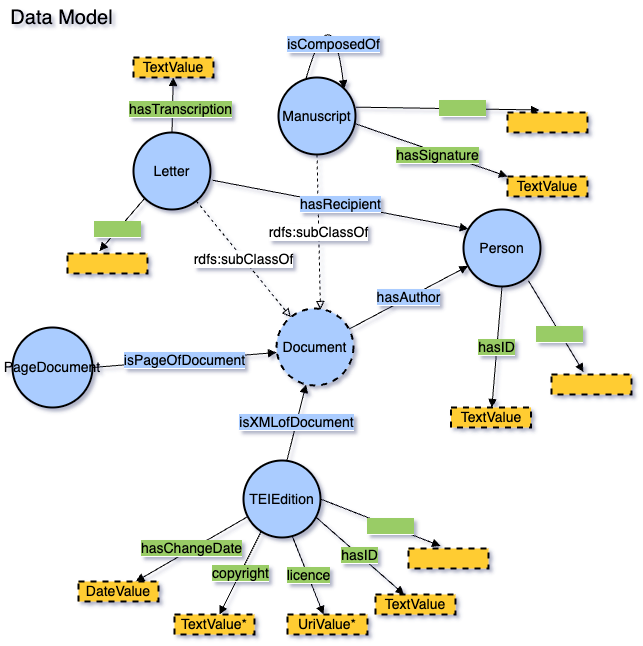
The draw.io diagram imagenes/dasch_datamodel_3.png in editio/presentations, before a commit. Source tidied: cells renumbered, new cells last; positions are measured from the earlier drawing's top-left corner, leaving out a move shared by most shapes. The source it was exported from:
```xml
<mxGraphModel shadow="1">
  <root>
    <mxCell id="0" />
    <mxCell id="1" value="3" parent="0" />
    <mxCell id="2" value="&lt;font style=&quot;font-size: 14px;&quot;&gt;Document&lt;/font&gt;" style="ellipse;whiteSpace=wrap;html=1;rounded=1;shadow=0;glass=0;comic=0;strokeColor=#000000;strokeWidth=2;fillColor=#acf;gradientColor=none;fontSize=14;fontColor=default;align=center;labelBackgroundColor=none;dashed=1;" parent="1" vertex="1">
      <mxGeometry x="275" y="319" width="77" height="77" as="geometry" />
    </mxCell>
    <mxCell id="3" value="Letter" style="ellipse;whiteSpace=wrap;html=1;rounded=1;shadow=0;glass=0;comic=0;strokeColor=#000000;strokeWidth=2;fillColor=#acf;gradientColor=none;fontSize=14;fontColor=default;align=center;" parent="1" vertex="1">
      <mxGeometry x="132" y="143" width="77" height="77" as="geometry" />
    </mxCell>
    <mxCell id="4" value="rdfs:subClassOf" style="endArrow=block;html=1;strokeColor=#000000;fontSize=14;fontColor=default;endFill=0;dashed=1;rounded=1;" parent="1" edge="1" source="3" target="2">
      <mxGeometry relative="1" as="geometry" />
    </mxCell>
    <mxCell id="5" value="&lt;font style=&quot;font-size: 14px;&quot;&gt;Manuscript&lt;/font&gt;" style="ellipse;whiteSpace=wrap;html=1;rounded=1;shadow=0;glass=0;comic=0;strokeColor=#000000;strokeWidth=2;fillColor=#acf;gradientColor=none;fontSize=14;fontColor=default;align=center;" parent="1" vertex="1">
      <mxGeometry x="277" y="88" width="77" height="77" as="geometry" />
    </mxCell>
    <mxCell id="6" value="rdfs:subClassOf" style="endArrow=block;html=1;strokeColor=#000000;fontSize=14;fontColor=default;endFill=0;dashed=1;rounded=1;exitX=0.5;exitY=1;exitDx=0;exitDy=0;entryX=0.571;entryY=0.013;entryDx=0;entryDy=0;entryPerimeter=0;" parent="1" edge="1" source="5" target="2">
      <mxGeometry relative="1" as="geometry" />
    </mxCell>
    <mxCell id="7" value="&lt;font style=&quot;font-size: 14px;&quot;&gt;TEIEdition&lt;/font&gt;" style="ellipse;whiteSpace=wrap;html=1;rounded=1;shadow=0;glass=0;comic=0;strokeColor=#000000;strokeWidth=2;fillColor=#acf;gradientColor=none;fontSize=14;fontColor=#000000;align=center;" parent="1" vertex="1">
      <mxGeometry x="242" y="471" width="77" height="77" as="geometry" />
    </mxCell>
    <mxCell id="8" value="&lt;span style=&quot;background-color: rgb(170, 204, 255); font-size: 14px;&quot;&gt;&lt;font style=&quot;font-size: 14px;&quot;&gt;isXMLofDocument&lt;br style=&quot;font-size: 14px;&quot;&gt;&lt;/font&gt;&lt;/span&gt;" style="endArrow=block;html=1;strokeColor=#000000;fontSize=14;fontColor=#000000;endFill=1;rounded=1;exitX=0.565;exitY=-0.004;exitDx=0;exitDy=0;exitPerimeter=0;" parent="1" edge="1" source="7" target="2">
      <mxGeometry relative="1" as="geometry" />
    </mxCell>
    <mxCell id="9" value="&lt;font style=&quot;font-size: 14px;&quot;&gt;Person&lt;/font&gt;" style="ellipse;whiteSpace=wrap;html=1;rounded=1;shadow=0;glass=0;comic=0;strokeColor=#000000;strokeWidth=2;fillColor=#acf;gradientColor=none;fontSize=14;fontColor=default;align=center;" parent="1" vertex="1">
      <mxGeometry x="462" y="220" width="77" height="77" as="geometry" />
    </mxCell>
    <mxCell id="10" value="&lt;span style=&quot;background-color: rgb(170, 204, 255); font-size: 14px;&quot;&gt;&lt;font style=&quot;font-size: 14px;&quot;&gt;hasAuthor&lt;/font&gt;&lt;/span&gt;" style="endArrow=block;html=1;strokeColor=#000000;fontSize=14;fontColor=default;endFill=1;rounded=1;" parent="1" edge="1" source="2" target="9">
      <mxGeometry relative="1" as="geometry" />
    </mxCell>
    <mxCell id="11" value="&lt;span style=&quot;background-color: rgb(170, 204, 255); font-size: 14px;&quot;&gt;isComposedOf&lt;/span&gt;" style="endArrow=block;html=1;strokeColor=#000000;fontSize=14;fontColor=#000000;endFill=1;rounded=0;exitX=0.357;exitY=0.015;exitDx=0;exitDy=0;curved=1;exitPerimeter=0;entryX=1;entryY=0;entryDx=0;entryDy=0;" parent="1" edge="1" source="5" target="5">
      <mxGeometry x="0.54" y="-5" relative="1" as="geometry">
        <Array as="points">
          <mxPoint x="330" />
        </Array>
      </mxGeometry>
    </mxCell>
    <mxCell id="12" value="&lt;span style=&quot;background-color: rgb(153, 204, 102); font-size: 14px;&quot;&gt;licence&lt;/span&gt;" style="endArrow=block;html=1;strokeColor=#000000;fontSize=14;fontColor=#000000;endFill=1;rounded=0;exitX=0.637;exitY=0.992;exitDx=0;exitDy=0;exitPerimeter=0;" parent="1" edge="1" source="7" target="13">
      <mxGeometry relative="1" as="geometry" />
    </mxCell>
    <mxCell id="13" value="UriValue*" style="whiteSpace=wrap;html=1;rounded=0;shadow=0;glass=0;comic=0;strokeColor=#000000;strokeWidth=2;fillColor=#fc3;gradientColor=none;fontSize=14;fontColor=#000000;align=center;dashed=1;" parent="1" vertex="1">
      <mxGeometry x="286" y="625" width="80" height="20" as="geometry" />
    </mxCell>
    <mxCell id="14" value="&lt;span style=&quot;background-color: rgb(153, 204, 102); font-size: 14px;&quot;&gt;copyright&lt;/span&gt;" style="endArrow=block;html=1;strokeColor=#000000;fontSize=14;fontColor=#000000;endFill=1;rounded=0;exitX=0.232;exitY=0.919;exitDx=0;exitDy=0;exitPerimeter=0;" parent="1" edge="1" source="7" target="15">
      <mxGeometry relative="1" as="geometry" />
    </mxCell>
    <mxCell id="15" value="TextValue*" style="whiteSpace=wrap;html=1;rounded=0;shadow=0;glass=0;comic=0;strokeColor=#000000;strokeWidth=2;fillColor=#fc3;gradientColor=none;fontSize=14;fontColor=#000000;align=center;dashed=1;" parent="1" vertex="1">
      <mxGeometry x="173" y="625" width="80" height="20" as="geometry" />
    </mxCell>
    <mxCell id="16" value="&lt;span style=&quot;background-color: rgb(153, 204, 102); font-size: 14px;&quot;&gt;hasChangeDate&lt;/span&gt;" style="endArrow=block;html=1;strokeColor=#000000;fontSize=14;fontColor=#000000;endFill=1;rounded=0;exitX=0.05;exitY=0.732;exitDx=0;exitDy=0;exitPerimeter=0;" parent="1" edge="1" source="7" target="17">
      <mxGeometry relative="1" as="geometry" />
    </mxCell>
    <mxCell id="17" value="DateValue" style="whiteSpace=wrap;html=1;rounded=0;shadow=0;glass=0;comic=0;strokeColor=#000000;strokeWidth=2;fillColor=#fc3;gradientColor=none;fontSize=14;fontColor=#000000;align=center;dashed=1;" parent="1" vertex="1">
      <mxGeometry x="77" y="592" width="80" height="20" as="geometry" />
    </mxCell>
    <mxCell id="18" value="&lt;span style=&quot;background-color: rgb(153, 204, 102); font-size: 14px;&quot;&gt;hasID&lt;/span&gt;" style="endArrow=block;html=1;strokeColor=#000000;fontSize=14;fontColor=#000000;endFill=1;rounded=0;exitX=0.944;exitY=0.738;exitDx=0;exitDy=0;exitPerimeter=0;" parent="1" edge="1" source="7" target="19">
      <mxGeometry relative="1" as="geometry" />
    </mxCell>
    <mxCell id="19" value="TextValue" style="whiteSpace=wrap;html=1;rounded=0;shadow=0;glass=0;comic=0;strokeColor=#000000;strokeWidth=2;fillColor=#fc3;gradientColor=none;fontSize=14;fontColor=#000000;align=center;dashed=1;" parent="1" vertex="1">
      <mxGeometry x="374" y="605" width="80" height="20" as="geometry" />
    </mxCell>
    <mxCell id="20" value="&lt;span style=&quot;background-color: rgb(153, 204, 102); font-size: 14px;&quot;&gt;&amp;nbsp; &amp;nbsp; &amp;nbsp; &amp;nbsp; &amp;nbsp; &amp;nbsp;&amp;nbsp;&lt;/span&gt;" style="endArrow=block;html=1;strokeColor=#000000;fontSize=14;fontColor=#000000;endFill=1;rounded=0;exitX=1;exitY=0.5;exitDx=0;exitDy=0;entryX=0.4;entryY=-0.125;entryDx=0;entryDy=0;entryPerimeter=0;" parent="1" edge="1" source="7" target="21">
      <mxGeometry x="0.18" relative="1" as="geometry">
        <mxPoint x="-1" as="offset" />
      </mxGeometry>
    </mxCell>
    <mxCell id="21" style="whiteSpace=wrap;html=1;rounded=0;shadow=0;glass=0;comic=0;strokeColor=#000000;strokeWidth=2;fillColor=#fc3;gradientColor=none;fontSize=14;fontColor=#000000;align=center;dashed=1;" parent="1" vertex="1">
      <mxGeometry x="407" y="559" width="80" height="20" as="geometry" />
    </mxCell>
    <mxCell id="22" value="&lt;span style=&quot;background-color: rgb(153, 204, 102); font-size: 14px;&quot;&gt;&amp;nbsp; &amp;nbsp; &amp;nbsp; &amp;nbsp; &amp;nbsp; &amp;nbsp;&amp;nbsp;&lt;/span&gt;" style="endArrow=block;html=1;strokeColor=#000000;fontSize=14;fontColor=default;endFill=1;rounded=0;exitX=0;exitY=1;exitDx=0;exitDy=0;entryX=0.4;entryY=-0.125;entryDx=0;entryDy=0;entryPerimeter=0;" parent="1" edge="1" source="3" target="23">
      <mxGeometry x="0.18" relative="1" as="geometry">
        <mxPoint x="-1" as="offset" />
      </mxGeometry>
    </mxCell>
    <mxCell id="23" style="whiteSpace=wrap;html=1;rounded=0;shadow=0;glass=0;comic=0;strokeColor=#000000;strokeWidth=2;fillColor=#fc3;gradientColor=none;fontSize=14;fontColor=default;align=center;dashed=1;" parent="1" vertex="1">
      <mxGeometry x="66" y="264" width="80" height="20" as="geometry" />
    </mxCell>
    <mxCell id="24" value="&lt;span style=&quot;background-color: rgb(153, 204, 102); font-size: 14px;&quot;&gt;hasID&lt;/span&gt;" style="endArrow=block;html=1;strokeColor=#000000;fontSize=14;fontColor=default;endFill=1;rounded=0;exitX=0.5;exitY=1;exitDx=0;exitDy=0;" parent="1" edge="1" source="9" target="25">
      <mxGeometry x="0.01" relative="1" as="geometry" />
    </mxCell>
    <mxCell id="25" value="TextValue" style="whiteSpace=wrap;html=1;rounded=0;shadow=0;glass=0;comic=0;strokeColor=#000000;strokeWidth=2;fillColor=#fc3;gradientColor=none;fontSize=14;fontColor=#000000;align=center;dashed=1;" parent="1" vertex="1">
      <mxGeometry x="449.5" y="418" width="80" height="20" as="geometry" />
    </mxCell>
    <mxCell id="26" value="&lt;span style=&quot;background-color: rgb(153, 204, 102); font-size: 14px;&quot;&gt;&amp;nbsp; &amp;nbsp; &amp;nbsp; &amp;nbsp; &amp;nbsp; &amp;nbsp;&amp;nbsp;&lt;/span&gt;" style="endArrow=block;html=1;strokeColor=#000000;fontSize=14;fontColor=#000000;endFill=1;rounded=0;exitX=0.842;exitY=0.924;exitDx=0;exitDy=0;entryX=0.4;entryY=-0.125;entryDx=0;entryDy=0;entryPerimeter=0;exitPerimeter=0;" parent="1" edge="1" source="9" target="27">
      <mxGeometry x="0.18" relative="1" as="geometry">
        <mxPoint x="-1" as="offset" />
      </mxGeometry>
    </mxCell>
    <mxCell id="27" style="whiteSpace=wrap;html=1;rounded=0;shadow=0;glass=0;comic=0;strokeColor=#000000;strokeWidth=2;fillColor=#fc3;gradientColor=none;fontSize=14;fontColor=#000000;align=center;dashed=1;" parent="1" vertex="1">
      <mxGeometry x="550" y="385" width="80" height="20" as="geometry" />
    </mxCell>
    <mxCell id="28" value="TextValue" style="whiteSpace=wrap;html=1;rounded=0;shadow=0;glass=0;comic=0;strokeColor=#000000;strokeWidth=2;fillColor=#fc3;gradientColor=none;fontSize=14;fontColor=#000000;align=center;dashed=1;" parent="1" vertex="1">
      <mxGeometry x="506" y="187" width="80" height="20" as="geometry" />
    </mxCell>
    <mxCell id="29" value="&lt;span style=&quot;background-color: rgb(170 , 204 , 255)&quot;&gt;hasRecipient&lt;/span&gt;" style="endArrow=block;html=1;strokeColor=#000000;fontSize=14;fontColor=#000000;endFill=1;rounded=0;exitX=1.026;exitY=0.62;exitDx=0;exitDy=0;exitPerimeter=0;entryX=0.063;entryY=0.252;entryDx=0;entryDy=0;entryPerimeter=0;" parent="1" edge="1" source="3" target="9">
      <mxGeometry relative="1" as="geometry" />
    </mxCell>
    <mxCell id="30" value="&amp;nbsp;PageDocument&amp;nbsp;" style="ellipse;whiteSpace=wrap;html=1;rounded=0;shadow=0;glass=0;comic=0;strokeColor=#000000;strokeWidth=2;fillColor=#acf;gradientColor=none;fontSize=14;fontColor=#000000;align=center;" parent="1" vertex="1">
      <mxGeometry x="11" y="338" width="80" height="80" as="geometry" />
    </mxCell>
    <mxCell id="31" value="&lt;span style=&quot;background-color: rgb(170, 204, 255);&quot;&gt;isPageOfDocument&lt;/span&gt;" style="endArrow=block;html=1;strokeColor=#000000;fontSize=14;fontColor=#000000;endFill=1;rounded=0;exitX=1;exitY=0.5;exitDx=0;exitDy=0;" parent="1" edge="1" source="30">
      <mxGeometry relative="1" as="geometry">
        <mxPoint x="275" y="363" as="targetPoint" />
      </mxGeometry>
    </mxCell>
    <mxCell id="32" value="&lt;span style=&quot;background-color: rgb(153, 204, 102); font-size: 14px;&quot;&gt;&amp;nbsp; &amp;nbsp; &amp;nbsp; &amp;nbsp; &amp;nbsp; &amp;nbsp;&amp;nbsp;&lt;/span&gt;" style="endArrow=block;html=1;strokeColor=#000000;fontSize=14;fontColor=#000000;endFill=1;rounded=0;exitX=1.006;exitY=0.385;exitDx=0;exitDy=0;entryX=0.4;entryY=-0.125;entryDx=0;entryDy=0;entryPerimeter=0;exitPerimeter=0;" parent="1" edge="1" source="5" target="33">
      <mxGeometry x="0.18" relative="1" as="geometry">
        <mxPoint x="-1" as="offset" />
      </mxGeometry>
    </mxCell>
    <mxCell id="33" style="whiteSpace=wrap;html=1;rounded=0;shadow=0;glass=0;comic=0;strokeColor=#000000;strokeWidth=2;fillColor=#fc3;gradientColor=none;fontSize=14;fontColor=#000000;align=center;dashed=1;" parent="1" vertex="1">
      <mxGeometry x="506" y="123" width="80" height="20" as="geometry" />
    </mxCell>
    <mxCell id="34" value="&lt;font style=&quot;font-size: 20px;&quot;&gt;Data Model&lt;/font&gt;" style="text;html=1;align=center;verticalAlign=middle;whiteSpace=wrap;rounded=0;" parent="1" vertex="1">
      <mxGeometry y="11" width="121" height="33" as="geometry" />
    </mxCell>
    <mxCell id="35" value="&lt;span style=&quot;background-color: rgb(153, 204, 102); font-size: 14px;&quot;&gt;hasTranscription&lt;/span&gt;" style="endArrow=block;html=1;strokeColor=#000000;fontSize=14;fontColor=#000000;endFill=1;rounded=0;exitX=0.5;exitY=0;exitDx=0;exitDy=0;" parent="1" edge="1" source="3" target="36">
      <mxGeometry x="-0.16" y="-8" relative="1" as="geometry" />
    </mxCell>
    <mxCell id="36" value="TextValue" style="whiteSpace=wrap;html=1;rounded=0;shadow=0;glass=0;comic=0;strokeColor=#000000;strokeWidth=2;fillColor=#fc3;gradientColor=none;fontSize=14;fontColor=#000000;align=center;dashed=1;" parent="1" vertex="1">
      <mxGeometry x="132" y="68" width="80" height="20" as="geometry" />
    </mxCell>
    <mxCell id="37" value="&lt;span style=&quot;background-color: rgb(153, 204, 102); font-size: 14px;&quot;&gt;hasSignature&lt;/span&gt;" style="endArrow=block;html=1;strokeColor=#000000;fontSize=14;fontColor=#000000;endFill=1;rounded=0;exitX=0.987;exitY=0.597;exitDx=0;exitDy=0;exitPerimeter=0;" parent="1" edge="1" source="5">
      <mxGeometry x="0.1" y="-3" relative="1" as="geometry">
        <mxPoint x="506" y="187" as="targetPoint" />
      </mxGeometry>
    </mxCell>
  </root>
</mxGraphModel>
```
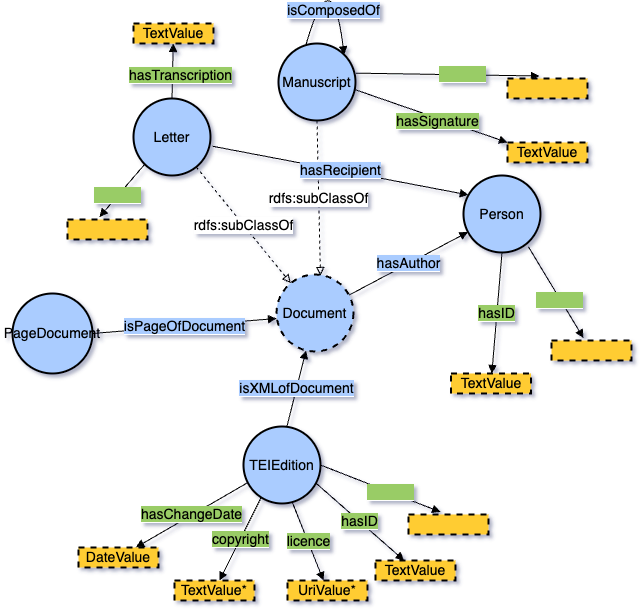
The same diagram one commit later.

Commit message:
Editions at DaSCH - Slides

Diff of the diagram source:
```diff
@@ -112,9 +112,6 @@
     <mxCell id="33" style="whiteSpace=wrap;html=1;rounded=0;shadow=0;glass=0;comic=0;strokeColor=#000000;strokeWidth=2;fillColor=#fc3;gradientColor=none;fontSize=14;fontColor=#000000;align=center;dashed=1;" parent="1" vertex="1">
       <mxGeometry x="506" y="123" width="80" height="20" as="geometry" />
     </mxCell>
-    <mxCell id="34" value="&lt;font style=&quot;font-size: 20px;&quot;&gt;Data Model&lt;/font&gt;" style="text;html=1;align=center;verticalAlign=middle;whiteSpace=wrap;rounded=0;" parent="1" vertex="1">
-      <mxGeometry y="11" width="121" height="33" as="geometry" />
-    </mxCell>
     <mxCell id="35" value="&lt;span style=&quot;background-color: rgb(153, 204, 102); font-size: 14px;&quot;&gt;hasTranscription&lt;/span&gt;" style="endArrow=block;html=1;strokeColor=#000000;fontSize=14;fontColor=#000000;endFill=1;rounded=0;exitX=0.5;exitY=0;exitDx=0;exitDy=0;" parent="1" edge="1" source="3" target="36">
       <mxGeometry x="-0.16" y="-8" relative="1" as="geometry" />
     </mxCell>
```
